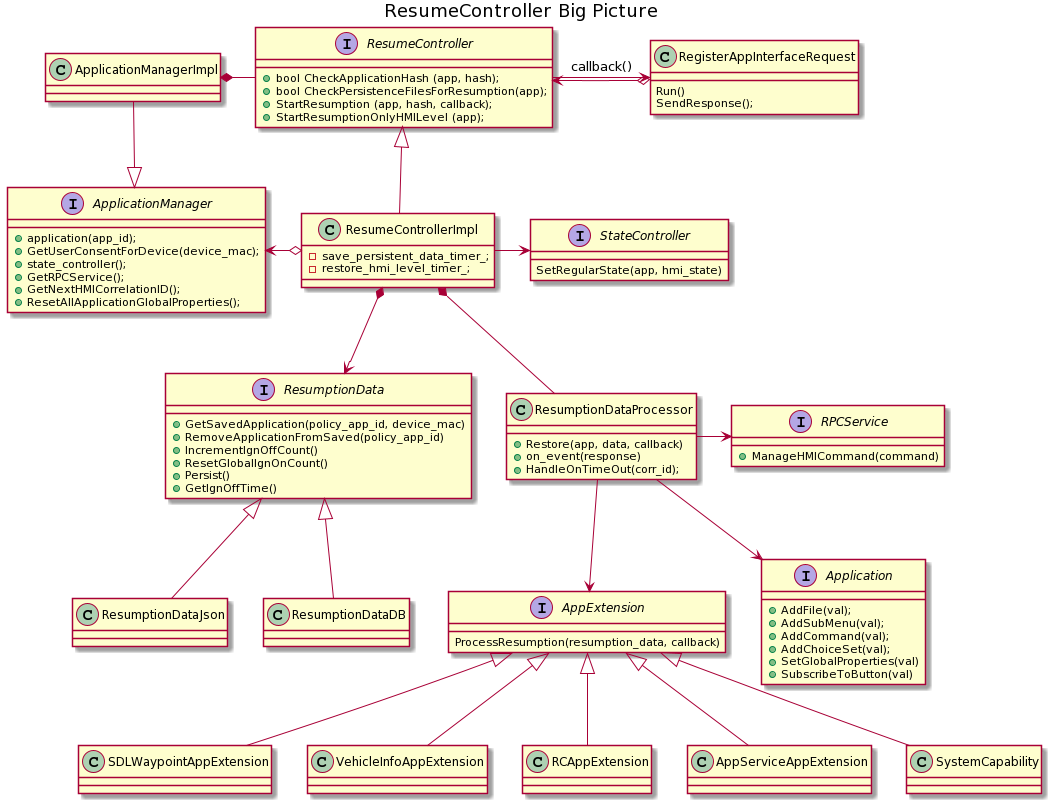
Above: docs/Developer Documentation/ResumeController/assets/resume_controller_classes.png in smartdevicelink/sdl_core_guides (PlantUML), before the change.
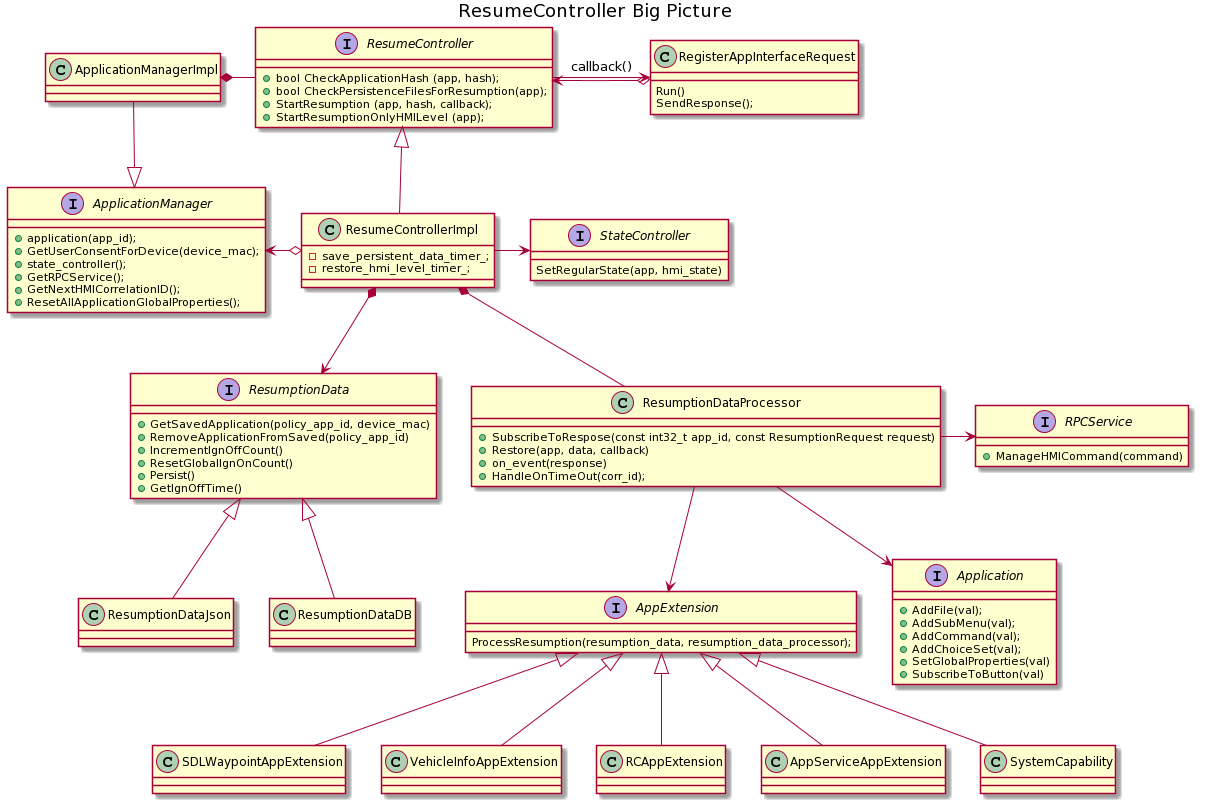
The same file after the commit.

Diff of the diagram source:
```diff
@@ -61,6 +61,7 @@
 
 
 class ResumptionDataProcessor {
+  + SubscribeToRespose(const int32_t app_id, const ResumptionRequest request)
   + Restore(app, data, callback)
   + on_event(response)
   + HandleOnTimeOut(corr_id);
@@ -69,7 +70,7 @@
 ResumeControllerImpl *-- ResumptionDataProcessor
 
 interface AppExtension {
-  ProcessResumption(resumption_data, callback)
+  ProcessResumption(resumption_data, resumption_data_processor);
 }
 
 interface Application {
```
